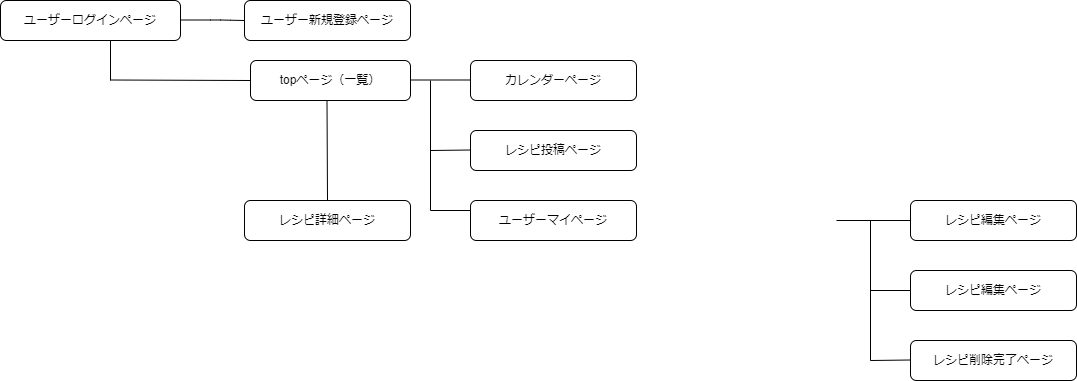
This is 画面遷移図.drawio.png from akina0302/MyRecipe, a draw.io export, as it was before one commit. Source tidied: cells renumbered, new cells last; positions are measured from the earlier drawing's top-left corner, leaving out a move shared by most shapes.
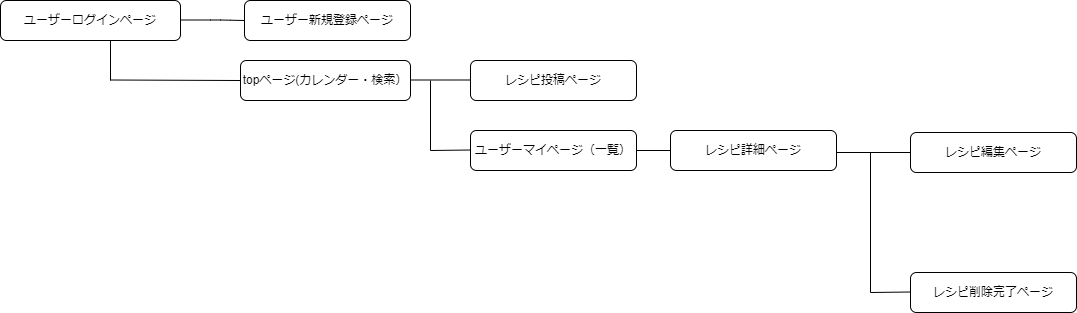
The same diagram one commit later.

The edit, as a diff of the source:
```diff
@@ -9,7 +9,7 @@
       <mxGeometry x="244" width="166" height="40" as="geometry" />
     </mxCell>
     <mxCell id="4" value="レシピ投稿ページ" style="rounded=1;whiteSpace=wrap;html=1;" parent="1" vertex="1">
-      <mxGeometry x="470" y="130" width="166" height="40" as="geometry" />
+      <mxGeometry x="470" y="60" width="166" height="40" as="geometry" />
     </mxCell>
     <mxCell id="5" style="endArrow=none;html=1;entryX=0;entryY=0.5;entryDx=0;entryDy=0;" parent="1" edge="1" target="3">
       <mxGeometry relative="1" as="geometry">
@@ -25,23 +25,17 @@
         <mxPoint x="110" y="40" as="targetPoint" />
       </mxGeometry>
     </mxCell>
-    <mxCell id="7" value="カレンダーページ" style="rounded=1;whiteSpace=wrap;html=1;" parent="1" vertex="1">
-      <mxGeometry x="470" y="60" width="166" height="40" as="geometry" />
-    </mxCell>
-    <mxCell id="8" value="&lt;div&gt;&lt;br&gt;&lt;/div&gt;&lt;div&gt;ユーザーマイページ&lt;/div&gt;&lt;div&gt;&lt;br&gt;&lt;/div&gt;" style="rounded=1;whiteSpace=wrap;html=1;" parent="1" vertex="1">
-      <mxGeometry x="470" y="200" width="166" height="40" as="geometry" />
+    <mxCell id="8" value="&lt;div&gt;&lt;br&gt;&lt;/div&gt;&lt;div&gt;ユーザーマイページ（一覧）&lt;/div&gt;&lt;div&gt;&lt;br&gt;&lt;/div&gt;" style="rounded=1;whiteSpace=wrap;html=1;" parent="1" vertex="1">
+      <mxGeometry x="470" y="130" width="166" height="40" as="geometry" />
     </mxCell>
-    <mxCell id="9" value="レシピ編集ページ" style="rounded=1;whiteSpace=wrap;html=1;" parent="1" vertex="1">
-      <mxGeometry x="910" y="270" width="166" height="40" as="geometry" />
-    </mxCell>
     <mxCell id="10" value="レシピ削除完了ページ" style="rounded=1;whiteSpace=wrap;html=1;" parent="1" vertex="1">
-      <mxGeometry x="910" y="340" width="166" height="40" as="geometry" />
+      <mxGeometry x="910" y="272" width="166" height="40" as="geometry" />
     </mxCell>
     <mxCell id="11" value="レシピ編集ページ" style="rounded=1;whiteSpace=wrap;html=1;" parent="1" vertex="1">
-      <mxGeometry x="910" y="200" width="166" height="40" as="geometry" />
+      <mxGeometry x="910" y="132" width="166" height="40" as="geometry" />
     </mxCell>
-    <mxCell id="12" value="&lt;div&gt;topページ（一覧）&lt;/div&gt;" style="rounded=1;whiteSpace=wrap;html=1;" parent="1" vertex="1">
-      <mxGeometry x="250" y="60" width="160" height="40" as="geometry" />
+    <mxCell id="12" value="&lt;div&gt;topページ(カレンダー・検索）&lt;/div&gt;" style="rounded=1;whiteSpace=wrap;html=1;" parent="1" vertex="1">
+      <mxGeometry x="240" y="60" width="170" height="40" as="geometry" />
     </mxCell>
     <mxCell id="13" style="endArrow=none;html=1;entryX=0;entryY=0.5;entryDx=0;entryDy=0;" parent="1" edge="1" target="12">
       <mxGeometry relative="1" as="geometry">
@@ -60,48 +54,36 @@
         <mxPoint x="470" y="149.5" as="targetPoint" />
       </mxGeometry>
     </mxCell>
-    <mxCell id="16" style="endArrow=none;html=1;" parent="1" edge="1">
-      <mxGeometry relative="1" as="geometry">
-        <mxPoint x="430" y="210" as="sourcePoint" />
-        <mxPoint x="470" y="210" as="targetPoint" />
-      </mxGeometry>
-    </mxCell>
     <mxCell id="17" style="endArrow=none;html=1;" parent="1" edge="1">
       <mxGeometry relative="1" as="geometry">
-        <mxPoint x="430" y="210" as="sourcePoint" />
+        <mxPoint x="430" y="150" as="sourcePoint" />
         <mxPoint x="430" y="80" as="targetPoint" />
       </mxGeometry>
     </mxCell>
     <mxCell id="18" value="レシピ詳細ページ" style="rounded=1;whiteSpace=wrap;html=1;" parent="1" vertex="1">
-      <mxGeometry x="244" y="200" width="166" height="40" as="geometry" />
+      <mxGeometry x="670" y="130" width="166" height="40" as="geometry" />
     </mxCell>
     <mxCell id="19" style="endArrow=none;html=1;entryX=0;entryY=0.5;entryDx=0;entryDy=0;" parent="1" edge="1" target="11">
       <mxGeometry relative="1" as="geometry">
-        <mxPoint x="836" y="220" as="sourcePoint" />
+        <mxPoint x="836" y="152" as="sourcePoint" />
       </mxGeometry>
     </mxCell>
     <mxCell id="20" style="endArrow=none;html=1;" parent="1" edge="1">
       <mxGeometry relative="1" as="geometry">
-        <mxPoint x="870" y="360" as="sourcePoint" />
-        <mxPoint x="910" y="359.5" as="targetPoint" />
+        <mxPoint x="870" y="292" as="sourcePoint" />
+        <mxPoint x="910" y="291.5" as="targetPoint" />
       </mxGeometry>
     </mxCell>
-    <mxCell id="21" style="endArrow=none;html=1;" parent="1" edge="1">
-      <mxGeometry relative="1" as="geometry">
-        <mxPoint x="870" y="290" as="sourcePoint" />
-        <mxPoint x="910" y="290" as="targetPoint" />
-      </mxGeometry>
-    </mxCell>
     <mxCell id="22" style="endArrow=none;html=1;" parent="1" edge="1">
       <mxGeometry relative="1" as="geometry">
-        <mxPoint x="870" y="360" as="sourcePoint" />
-        <mxPoint x="870" y="220" as="targetPoint" />
+        <mxPoint x="870" y="292" as="sourcePoint" />
+        <mxPoint x="870" y="152" as="targetPoint" />
       </mxGeometry>
     </mxCell>
     <mxCell id="23" style="endArrow=none;html=1;" parent="1" edge="1">
       <mxGeometry relative="1" as="geometry">
-        <mxPoint x="327" y="200" as="sourcePoint" />
-        <mxPoint x="326.5" y="100" as="targetPoint" />
+        <mxPoint x="636" y="150" as="sourcePoint" />
+        <mxPoint x="670" y="150" as="targetPoint" />
       </mxGeometry>
     </mxCell>
   </root>
```
